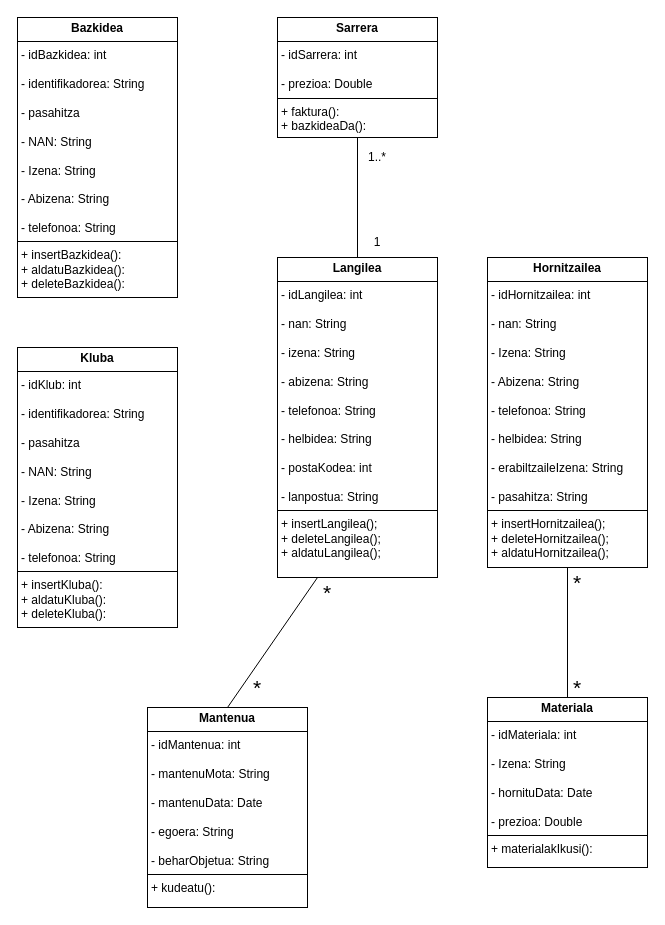
The draw.io diagram JAVA/Diagramak/J_KlaseDiagrama.drawio in iguisado228/3Erronka, before the edit. Source tidied: cells renumbered, new cells numbered last; positions are measured from the earlier drawing's top-left corner, leaving out a move shared by most shapes. Both pictures are drawn from the tidied source at 100%, with x=0, y=0 at pixel (17, 17).
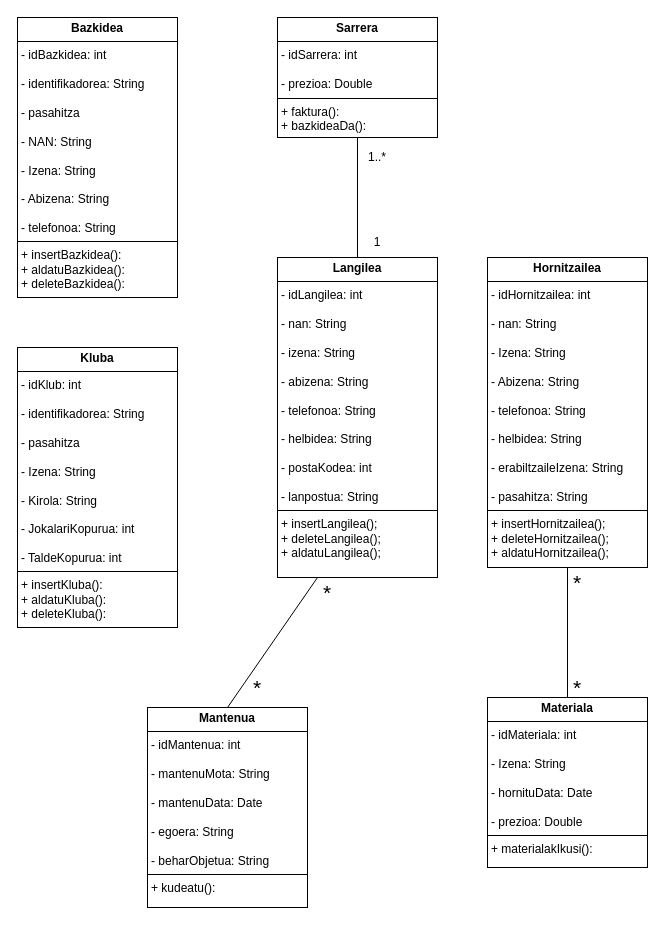
After the change.

Commit message:
Javako klase diagrama akatsak zuzenduta

Diff of the diagram source:
```diff
@@
 <mxGraphModel>
   <root>
     <mxCell id="0" />
     <mxCell id="1" parent="0" />
     <mxCell id="2" value="&lt;p style=&quot;margin:0px;margin-top:4px;text-align:center;&quot;&gt;&lt;b&gt;Sarrera&lt;/b&gt;&lt;/p&gt;&lt;hr size=&quot;1&quot; style=&quot;border-style:solid;&quot;&gt;&lt;p style=&quot;margin:0px;margin-left:4px;&quot;&gt;- idSarrera: int&lt;/p&gt;&lt;p style=&quot;margin:0px;margin-left:4px;&quot;&gt;&lt;br&gt;&lt;/p&gt;&lt;p style=&quot;margin:0px;margin-left:4px;&quot;&gt;- prezioa: Double&lt;/p&gt;&lt;hr size=&quot;1&quot; style=&quot;border-style:solid;&quot;&gt;&lt;p style=&quot;margin:0px;margin-left:4px;&quot;&gt;+ faktura():&lt;/p&gt;&lt;p style=&quot;margin:0px;margin-left:4px;&quot;&gt;+ bazkideaDa():&lt;/p&gt;" style="verticalAlign=top;align=left;overflow=fill;html=1;whiteSpace=wrap;" parent="1" vertex="1">
       <mxGeometry x="260" width="160" height="120" as="geometry" />
     </mxCell>
     <mxCell id="3" value="&lt;p style=&quot;margin:0px;margin-top:4px;text-align:center;&quot;&gt;&lt;b&gt;Hornitzailea&lt;/b&gt;&lt;/p&gt;&lt;hr size=&quot;1&quot; style=&quot;border-style:solid;&quot;&gt;&lt;p style=&quot;margin:0px;margin-left:4px;&quot;&gt;- idHornitzailea: int&lt;/p&gt;&lt;p style=&quot;margin:0px;margin-left:4px;&quot;&gt;&lt;br&gt;&lt;/p&gt;&lt;p style=&quot;margin:0px;margin-left:4px;&quot;&gt;- nan:&amp;nbsp;&lt;span style=&quot;background-color: transparent; color: light-dark(rgb(0, 0, 0), rgb(255, 255, 255));&quot;&gt;String&lt;/span&gt;&lt;/p&gt;&lt;p style=&quot;margin:0px;margin-left:4px;&quot;&gt;&lt;br&gt;&lt;/p&gt;&lt;p style=&quot;margin:0px;margin-left:4px;&quot;&gt;- Izena:&amp;nbsp;&lt;span style=&quot;background-color: transparent; color: light-dark(rgb(0, 0, 0), rgb(255, 255, 255));&quot;&gt;String&lt;/span&gt;&lt;/p&gt;&lt;p style=&quot;margin:0px;margin-left:4px;&quot;&gt;&lt;br&gt;&lt;/p&gt;&lt;p style=&quot;margin:0px;margin-left:4px;&quot;&gt;- Abizena: String&lt;/p&gt;&lt;p style=&quot;margin:0px;margin-left:4px;&quot;&gt;&lt;br&gt;&lt;/p&gt;&lt;p style=&quot;margin:0px;margin-left:4px;&quot;&gt;- telefonoa: String&lt;/p&gt;&lt;p style=&quot;margin:0px;margin-left:4px;&quot;&gt;&lt;br&gt;&lt;/p&gt;&lt;p style=&quot;margin:0px;margin-left:4px;&quot;&gt;- helbidea: String&lt;/p&gt;&lt;p style=&quot;margin:0px;margin-left:4px;&quot;&gt;&lt;br&gt;&lt;/p&gt;&lt;p style=&quot;margin:0px;margin-left:4px;&quot;&gt;- erabiltzaileIzena: String&lt;/p&gt;&lt;p style=&quot;margin:0px;margin-left:4px;&quot;&gt;&lt;br&gt;&lt;/p&gt;&lt;p style=&quot;margin:0px;margin-left:4px;&quot;&gt;- pasahitza: String&lt;/p&gt;&lt;hr size=&quot;1&quot; style=&quot;border-style:solid;&quot;&gt;&lt;p style=&quot;margin: 0px 0px 0px 4px;&quot;&gt;+ insertHornitzailea();&lt;/p&gt;&lt;p style=&quot;margin: 0px 0px 0px 4px;&quot;&gt;+ deleteHornitzailea();&lt;/p&gt;&lt;p style=&quot;margin: 0px 0px 0px 4px;&quot;&gt;+ aldatuHornitzailea();&lt;/p&gt;" style="verticalAlign=top;align=left;overflow=fill;html=1;whiteSpace=wrap;" parent="1" vertex="1">
       <mxGeometry x="470" y="240" width="160" height="310" as="geometry" />
     </mxCell>
     <mxCell id="4" style="endArrow=none;html=1;rounded=0;entryX=0.5;entryY=1;entryDx=0;entryDy=0;exitX=0.5;exitY=0;exitDx=0;exitDy=0;" parent="1" edge="1" source="7" target="2">
       <mxGeometry relative="1" as="geometry" />
     </mxCell>
     <mxCell id="5" value="1" style="text;html=1;align=center;verticalAlign=middle;whiteSpace=wrap;rounded=0;" parent="1" vertex="1">
       <mxGeometry x="350" y="210" width="20" height="30" as="geometry" />
     </mxCell>
     <mxCell id="6" value="1..*" style="text;html=1;align=center;verticalAlign=middle;whiteSpace=wrap;rounded=0;" parent="1" vertex="1">
       <mxGeometry x="350" y="125" width="20" height="30" as="geometry" />
     </mxCell>
     <mxCell id="7" value="&lt;p style=&quot;margin:0px;margin-top:4px;text-align:center;&quot;&gt;&lt;b&gt;Langilea&lt;/b&gt;&lt;/p&gt;&lt;hr size=&quot;1&quot; style=&quot;border-style:solid;&quot;&gt;&lt;p style=&quot;margin:0px;margin-left:4px;&quot;&gt;&lt;span style=&quot;background-color: transparent; color: light-dark(rgb(0, 0, 0), rgb(255, 255, 255));&quot;&gt;- idLangilea: int&lt;/span&gt;&lt;/p&gt;&lt;p style=&quot;margin:0px;margin-left:4px;&quot;&gt;&lt;br&gt;&lt;/p&gt;&lt;p style=&quot;margin:0px;margin-left:4px;&quot;&gt;- nan: String&lt;/p&gt;&lt;p style=&quot;margin:0px;margin-left:4px;&quot;&gt;&lt;br&gt;&lt;/p&gt;&lt;p style=&quot;margin:0px;margin-left:4px;&quot;&gt;- izena: String&lt;/p&gt;&lt;p style=&quot;margin:0px;margin-left:4px;&quot;&gt;&lt;br&gt;&lt;/p&gt;&lt;p style=&quot;margin:0px;margin-left:4px;&quot;&gt;- abizena:&amp;nbsp;&lt;span style=&quot;background-color: transparent; color: light-dark(rgb(0, 0, 0), rgb(255, 255, 255));&quot;&gt;String&lt;/span&gt;&lt;/p&gt;&lt;p style=&quot;margin:0px;margin-left:4px;&quot;&gt;&lt;br&gt;&lt;/p&gt;&lt;p style=&quot;margin:0px;margin-left:4px;&quot;&gt;- telefonoa: String&lt;/p&gt;&lt;p style=&quot;margin:0px;margin-left:4px;&quot;&gt;&lt;br&gt;&lt;/p&gt;&lt;p style=&quot;margin:0px;margin-left:4px;&quot;&gt;- helbidea: String&lt;/p&gt;&lt;p style=&quot;margin:0px;margin-left:4px;&quot;&gt;&lt;br&gt;&lt;/p&gt;&lt;p style=&quot;margin:0px;margin-left:4px;&quot;&gt;- postaKodea: int&lt;/p&gt;&lt;p style=&quot;margin:0px;margin-left:4px;&quot;&gt;&lt;br&gt;&lt;/p&gt;&lt;p style=&quot;margin:0px;margin-left:4px;&quot;&gt;- lanpostua: String&lt;/p&gt;&lt;hr size=&quot;1&quot; style=&quot;border-style:solid;&quot;&gt;&lt;p style=&quot;margin:0px;margin-left:4px;&quot;&gt;+ insertLangilea();&lt;/p&gt;&lt;p style=&quot;margin:0px;margin-left:4px;&quot;&gt;+ deleteLangilea();&lt;/p&gt;&lt;p style=&quot;margin:0px;margin-left:4px;&quot;&gt;+ aldatuLangilea();&lt;/p&gt;" style="verticalAlign=top;align=left;overflow=fill;html=1;whiteSpace=wrap;" parent="1" vertex="1">
       <mxGeometry x="260" y="240" width="160" height="320" as="geometry" />
     </mxCell>
     <mxCell id="8" value="&lt;p style=&quot;margin:0px;margin-top:4px;text-align:center;&quot;&gt;&lt;b&gt;Mantenua&lt;/b&gt;&lt;/p&gt;&lt;hr size=&quot;1&quot; style=&quot;border-style:solid;&quot;&gt;&lt;p style=&quot;margin:0px;margin-left:4px;&quot;&gt;- idMantenua: int&lt;/p&gt;&lt;p style=&quot;margin:0px;margin-left:4px;&quot;&gt;&lt;br&gt;&lt;/p&gt;&lt;p style=&quot;margin:0px;margin-left:4px;&quot;&gt;- mantenuMota: String&lt;/p&gt;&lt;p style=&quot;margin:0px;margin-left:4px;&quot;&gt;&lt;br&gt;&lt;/p&gt;&lt;p style=&quot;margin:0px;margin-left:4px;&quot;&gt;- mantenuData: Date&lt;/p&gt;&lt;p style=&quot;margin:0px;margin-left:4px;&quot;&gt;&lt;br&gt;&lt;/p&gt;&lt;p style=&quot;margin:0px;margin-left:4px;&quot;&gt;- egoera: String&lt;/p&gt;&lt;p style=&quot;margin:0px;margin-left:4px;&quot;&gt;&lt;br&gt;&lt;/p&gt;&lt;p style=&quot;margin:0px;margin-left:4px;&quot;&gt;- beharObjetua: String&lt;/p&gt;&lt;hr size=&quot;1&quot; style=&quot;border-style:solid;&quot;&gt;&lt;p style=&quot;margin:0px;margin-left:4px;&quot;&gt;+ kudeatu():&lt;/p&gt;" style="verticalAlign=top;align=left;overflow=fill;html=1;whiteSpace=wrap;" parent="1" vertex="1">
       <mxGeometry x="130" y="690" width="160" height="200" as="geometry" />
     </mxCell>
     <mxCell id="9" style="endArrow=none;html=1;rounded=0;entryX=0.25;entryY=1;entryDx=0;entryDy=0;exitX=0.5;exitY=0;exitDx=0;exitDy=0;" parent="1" edge="1" source="8" target="7">
       <mxGeometry relative="1" as="geometry" />
     </mxCell>
     <mxCell id="10" value="&lt;font style=&quot;font-size: 21px;&quot;&gt;*&lt;/font&gt;" style="text;html=1;align=center;verticalAlign=middle;whiteSpace=wrap;rounded=0;" parent="1" vertex="1">
       <mxGeometry x="230" y="660" width="20" height="20" as="geometry" />
     </mxCell>
     <mxCell id="11" value="&lt;font style=&quot;font-size: 21px;&quot;&gt;*&lt;/font&gt;" style="text;html=1;align=center;verticalAlign=middle;whiteSpace=wrap;rounded=0;" parent="1" vertex="1">
       <mxGeometry x="300" y="560" width="20" height="30" as="geometry" />
     </mxCell>
     <mxCell id="12" value="&lt;p style=&quot;margin:0px;margin-top:4px;text-align:center;&quot;&gt;&lt;b&gt;Materiala&lt;/b&gt;&lt;/p&gt;&lt;hr size=&quot;1&quot; style=&quot;border-style:solid;&quot;&gt;&lt;p style=&quot;margin:0px;margin-left:4px;&quot;&gt;- idMateriala: int&lt;/p&gt;&lt;p style=&quot;margin:0px;margin-left:4px;&quot;&gt;&lt;br&gt;&lt;/p&gt;&lt;p style=&quot;margin:0px;margin-left:4px;&quot;&gt;- Izena: String&lt;/p&gt;&lt;p style=&quot;margin:0px;margin-left:4px;&quot;&gt;&lt;br&gt;&lt;/p&gt;&lt;p style=&quot;margin:0px;margin-left:4px;&quot;&gt;- hornituData: Date&lt;/p&gt;&lt;p style=&quot;margin:0px;margin-left:4px;&quot;&gt;&lt;br&gt;&lt;/p&gt;&lt;p style=&quot;margin:0px;margin-left:4px;&quot;&gt;- prezioa: Double&lt;/p&gt;&lt;hr size=&quot;1&quot; style=&quot;border-style:solid;&quot;&gt;&lt;p style=&quot;margin:0px;margin-left:4px;&quot;&gt;+ materialakIkusi():&amp;nbsp;&lt;/p&gt;" style="verticalAlign=top;align=left;overflow=fill;html=1;whiteSpace=wrap;" parent="1" vertex="1">
       <mxGeometry x="470" y="680" width="160" height="170" as="geometry" />
     </mxCell>
     <mxCell id="13" style="endArrow=none;html=1;rounded=0;entryX=0.5;entryY=1;entryDx=0;entryDy=0;exitX=0.5;exitY=0;exitDx=0;exitDy=0;" parent="1" edge="1" source="12" target="3">
       <mxGeometry relative="1" as="geometry" />
     </mxCell>
     <mxCell id="14" value="&lt;font style=&quot;font-size: 21px;&quot;&gt;*&lt;/font&gt;" style="text;html=1;align=center;verticalAlign=middle;whiteSpace=wrap;rounded=0;" parent="1" vertex="1">
       <mxGeometry x="550" y="660" width="20" height="20" as="geometry" />
     </mxCell>
     <mxCell id="15" value="&lt;font style=&quot;font-size: 21px;&quot;&gt;*&lt;/font&gt;" style="text;html=1;align=center;verticalAlign=middle;whiteSpace=wrap;rounded=0;" parent="1" vertex="1">
       <mxGeometry x="550" y="560" width="20" height="10" as="geometry" />
     </mxCell>
     <mxCell id="16" value="&lt;p style=&quot;margin:0px;margin-top:4px;text-align:center;&quot;&gt;&lt;b&gt;Bazkidea&lt;/b&gt;&lt;/p&gt;&lt;hr size=&quot;1&quot; style=&quot;border-style:solid;&quot;&gt;&lt;p style=&quot;margin:0px;margin-left:4px;&quot;&gt;- idBazkidea: int&lt;/p&gt;&lt;p style=&quot;margin:0px;margin-left:4px;&quot;&gt;&lt;br&gt;&lt;/p&gt;&lt;p style=&quot;margin:0px;margin-left:4px;&quot;&gt;- identifikadorea: String&lt;/p&gt;&lt;p style=&quot;margin:0px;margin-left:4px;&quot;&gt;&lt;br&gt;&lt;/p&gt;&lt;p style=&quot;margin:0px;margin-left:4px;&quot;&gt;- pasahitza&lt;/p&gt;&lt;p style=&quot;margin:0px;margin-left:4px;&quot;&gt;&lt;br&gt;&lt;/p&gt;&lt;p style=&quot;margin:0px;margin-left:4px;&quot;&gt;- NAN: String&lt;/p&gt;&lt;p style=&quot;margin:0px;margin-left:4px;&quot;&gt;&lt;br&gt;&lt;/p&gt;&lt;p style=&quot;margin:0px;margin-left:4px;&quot;&gt;- Izena: String&lt;/p&gt;&lt;p style=&quot;margin:0px;margin-left:4px;&quot;&gt;&lt;br&gt;&lt;/p&gt;&lt;p style=&quot;margin:0px;margin-left:4px;&quot;&gt;- Abizena: String&lt;/p&gt;&lt;p style=&quot;margin:0px;margin-left:4px;&quot;&gt;&lt;br&gt;&lt;/p&gt;&lt;p style=&quot;margin:0px;margin-left:4px;&quot;&gt;- telefonoa: String&lt;/p&gt;&lt;hr size=&quot;1&quot; style=&quot;border-style:solid;&quot;&gt;&lt;p style=&quot;margin:0px;margin-left:4px;&quot;&gt;&lt;span style=&quot;background-color: transparent; color: light-dark(rgb(0, 0, 0), rgb(255, 255, 255));&quot;&gt;+ insertBazkidea():&lt;/span&gt;&lt;/p&gt;&lt;p style=&quot;margin:0px;margin-left:4px;&quot;&gt;+ aldatuBazkidea():&lt;/p&gt;&lt;p style=&quot;margin:0px;margin-left:4px;&quot;&gt;+ deleteBazkidea():&lt;/p&gt;" style="verticalAlign=top;align=left;overflow=fill;html=1;whiteSpace=wrap;" parent="1" vertex="1">
       <mxGeometry width="160" height="280" as="geometry" />
     </mxCell>
-    <mxCell id="17" value="&lt;p style=&quot;margin:0px;margin-top:4px;text-align:center;&quot;&gt;&lt;b&gt;Kluba&lt;/b&gt;&lt;/p&gt;&lt;hr size=&quot;1&quot; style=&quot;border-style:solid;&quot;&gt;&lt;p style=&quot;margin:0px;margin-left:4px;&quot;&gt;- idKlub: int&lt;/p&gt;&lt;p style=&quot;margin:0px;margin-left:4px;&quot;&gt;&lt;br&gt;&lt;/p&gt;&lt;p style=&quot;margin:0px;margin-left:4px;&quot;&gt;- identifikadorea: String&lt;/p&gt;&lt;p style=&quot;margin:0px;margin-left:4px;&quot;&gt;&lt;br&gt;&lt;/p&gt;&lt;p style=&quot;margin:0px;margin-left:4px;&quot;&gt;- pasahitza&lt;/p&gt;&lt;p style=&quot;margin:0px;margin-left:4px;&quot;&gt;&lt;br&gt;&lt;/p&gt;&lt;p style=&quot;margin:0px;margin-left:4px;&quot;&gt;- NAN: String&lt;/p&gt;&lt;p style=&quot;margin:0px;margin-left:4px;&quot;&gt;&lt;br&gt;&lt;/p&gt;&lt;p style=&quot;margin:0px;margin-left:4px;&quot;&gt;- Izena: String&lt;/p&gt;&lt;p style=&quot;margin:0px;margin-left:4px;&quot;&gt;&lt;br&gt;&lt;/p&gt;&lt;p style=&quot;margin:0px;margin-left:4px;&quot;&gt;- Abizena: String&lt;/p&gt;&lt;p style=&quot;margin:0px;margin-left:4px;&quot;&gt;&lt;br&gt;&lt;/p&gt;&lt;p style=&quot;margin:0px;margin-left:4px;&quot;&gt;- telefonoa: String&lt;/p&gt;&lt;hr size=&quot;1&quot; style=&quot;border-style:solid;&quot;&gt;&lt;p style=&quot;margin:0px;margin-left:4px;&quot;&gt;&lt;span style=&quot;background-color: transparent; color: light-dark(rgb(0, 0, 0), rgb(255, 255, 255));&quot;&gt;+ insertKluba():&lt;/span&gt;&lt;/p&gt;&lt;p style=&quot;margin:0px;margin-left:4px;&quot;&gt;+ aldatuKluba():&lt;/p&gt;&lt;p style=&quot;margin:0px;margin-left:4px;&quot;&gt;+ deleteKluba():&lt;/p&gt;" style="verticalAlign=top;align=left;overflow=fill;html=1;whiteSpace=wrap;" parent="1" vertex="1">
+    <mxCell id="17" value="&lt;p style=&quot;margin:0px;margin-top:4px;text-align:center;&quot;&gt;&lt;b&gt;Kluba&lt;/b&gt;&lt;/p&gt;&lt;hr size=&quot;1&quot; style=&quot;border-style:solid;&quot;&gt;&lt;p style=&quot;margin:0px;margin-left:4px;&quot;&gt;- idKlub: int&lt;/p&gt;&lt;p style=&quot;margin:0px;margin-left:4px;&quot;&gt;&lt;br&gt;&lt;/p&gt;&lt;p style=&quot;margin:0px;margin-left:4px;&quot;&gt;- identifikadorea: String&lt;/p&gt;&lt;p style=&quot;margin:0px;margin-left:4px;&quot;&gt;&lt;br&gt;&lt;/p&gt;&lt;p style=&quot;margin:0px;margin-left:4px;&quot;&gt;- pasahitza&lt;/p&gt;&lt;p style=&quot;margin:0px;margin-left:4px;&quot;&gt;&lt;br&gt;&lt;/p&gt;&lt;p style=&quot;margin:0px;margin-left:4px;&quot;&gt;- Izena: String&lt;/p&gt;&lt;p style=&quot;margin:0px;margin-left:4px;&quot;&gt;&lt;br&gt;&lt;/p&gt;&lt;p style=&quot;margin:0px;margin-left:4px;&quot;&gt;- Kirola: String&lt;/p&gt;&lt;p style=&quot;margin:0px;margin-left:4px;&quot;&gt;&lt;br&gt;&lt;/p&gt;&lt;p style=&quot;margin:0px;margin-left:4px;&quot;&gt;- JokalariKopurua: int&lt;/p&gt;&lt;p style=&quot;margin:0px;margin-left:4px;&quot;&gt;&lt;br&gt;&lt;/p&gt;&lt;p style=&quot;margin:0px;margin-left:4px;&quot;&gt;- TaldeKopurua: int&lt;/p&gt;&lt;hr size=&quot;1&quot; style=&quot;border-style:solid;&quot;&gt;&lt;p style=&quot;margin:0px;margin-left:4px;&quot;&gt;&lt;span style=&quot;background-color: transparent; color: light-dark(rgb(0, 0, 0), rgb(255, 255, 255));&quot;&gt;+ insertKluba():&lt;/span&gt;&lt;/p&gt;&lt;p style=&quot;margin:0px;margin-left:4px;&quot;&gt;+ aldatuKluba():&lt;/p&gt;&lt;p style=&quot;margin:0px;margin-left:4px;&quot;&gt;+ deleteKluba():&lt;/p&gt;" style="verticalAlign=top;align=left;overflow=fill;html=1;whiteSpace=wrap;" parent="1" vertex="1">
       <mxGeometry y="330" width="160" height="280" as="geometry" />
     </mxCell>
   </root>
 </mxGraphModel>
```
